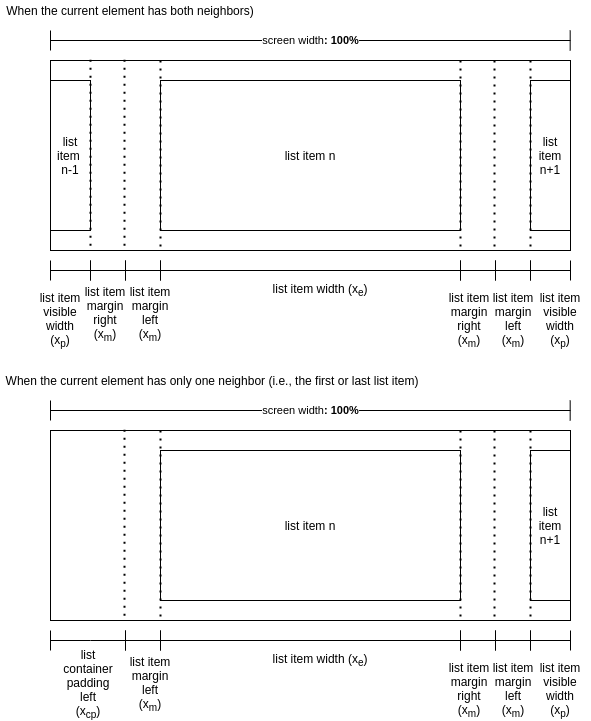
stsiwo/stsDev-article-horizontal-scroll-list keeps this draw.io diagram as list-item-layout-2.png. Above is the earlier version. Source tidied: cells renumbered, new cells last; positions are measured from the earlier drawing's top-left corner, leaving out a move shared by most shapes.
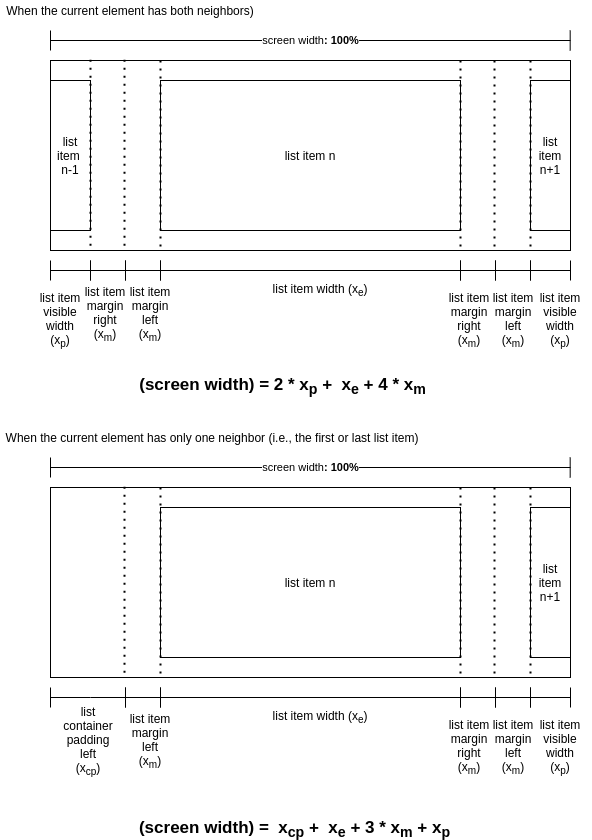
After the change.

Change to the diagram source:
```diff
@@ -242,48 +242,48 @@
       <mxGeometry x="530" y="310" width="60" height="20" as="geometry" />
     </mxCell>
     <mxCell id="52" value="When the current element has only one neighbor (i.e., the first or last list item)" style="text;html=1;strokeColor=none;fillColor=none;align=center;verticalAlign=middle;whiteSpace=wrap;rounded=0;" parent="1" vertex="1">
-      <mxGeometry y="370" width="424" height="20" as="geometry" />
+      <mxGeometry y="427" width="424" height="20" as="geometry" />
     </mxCell>
     <mxCell id="53" style="rounded=0;whiteSpace=wrap;html=1;fillColor=none;" parent="1" vertex="1">
-      <mxGeometry x="50" y="430" width="520" height="190" as="geometry" />
+      <mxGeometry x="50" y="487" width="520" height="190" as="geometry" />
     </mxCell>
     <mxCell id="54" value="list item n" style="rounded=0;whiteSpace=wrap;html=1;" parent="1" vertex="1">
-      <mxGeometry x="160" y="450" width="300" height="150" as="geometry" />
+      <mxGeometry x="160" y="507" width="300" height="150" as="geometry" />
     </mxCell>
     <mxCell id="55" value="list item&lt;br&gt;n+1" style="rounded=0;whiteSpace=wrap;html=1;" parent="1" vertex="1">
-      <mxGeometry x="530" y="450" width="40" height="150" as="geometry" />
+      <mxGeometry x="530" y="507" width="40" height="150" as="geometry" />
     </mxCell>
     <mxCell id="56" style="endArrow=none;dashed=1;html=1;dashPattern=1 3;strokeWidth=2;entryX=0.854;entryY=1.004;entryDx=0;entryDy=0;entryPerimeter=0;" parent="1" edge="1" target="53">
       <mxGeometry relative="1" as="geometry">
-        <mxPoint x="494" y="430" as="sourcePoint" />
+        <mxPoint x="494" y="487" as="sourcePoint" />
       </mxGeometry>
     </mxCell>
     <mxCell id="57" style="endArrow=none;dashed=1;html=1;dashPattern=1 3;strokeWidth=2;entryX=0.854;entryY=1.004;entryDx=0;entryDy=0;entryPerimeter=0;" parent="1" edge="1">
       <mxGeometry relative="1" as="geometry">
-        <mxPoint x="124" y="429.2" as="sourcePoint" />
-        <mxPoint x="124.1" y="620" as="targetPoint" />
+        <mxPoint x="124" y="486.2" as="sourcePoint" />
+        <mxPoint x="124.1" y="677" as="targetPoint" />
       </mxGeometry>
     </mxCell>
     <mxCell id="58" style="endArrow=none;dashed=1;html=1;dashPattern=1 3;strokeWidth=2;entryX=0.854;entryY=1.004;entryDx=0;entryDy=0;entryPerimeter=0;" parent="1" edge="1">
       <mxGeometry relative="1" as="geometry">
-        <mxPoint x="160" y="430" as="sourcePoint" />
-        <mxPoint x="160.1" y="620.8" as="targetPoint" />
+        <mxPoint x="160" y="487" as="sourcePoint" />
+        <mxPoint x="160.1" y="677.8" as="targetPoint" />
       </mxGeometry>
     </mxCell>
     <mxCell id="59" style="endArrow=none;dashed=1;html=1;dashPattern=1 3;strokeWidth=2;entryX=0.854;entryY=1.004;entryDx=0;entryDy=0;entryPerimeter=0;" parent="1" edge="1">
       <mxGeometry relative="1" as="geometry">
-        <mxPoint x="460" y="430" as="sourcePoint" />
-        <mxPoint x="460.1" y="620.8" as="targetPoint" />
+        <mxPoint x="460" y="487" as="sourcePoint" />
+        <mxPoint x="460.1" y="677.8" as="targetPoint" />
       </mxGeometry>
     </mxCell>
     <mxCell id="60" style="endArrow=none;dashed=1;html=1;dashPattern=1 3;strokeWidth=2;entryX=0.854;entryY=1.004;entryDx=0;entryDy=0;entryPerimeter=0;" parent="1" edge="1">
       <mxGeometry relative="1" as="geometry">
-        <mxPoint x="530" y="430" as="sourcePoint" />
-        <mxPoint x="530.1" y="620.8" as="targetPoint" />
+        <mxPoint x="530" y="487" as="sourcePoint" />
+        <mxPoint x="530.1" y="677.8" as="targetPoint" />
       </mxGeometry>
     </mxCell>
     <mxCell id="61" style="group;" parent="1" vertex="1">
-      <mxGeometry x="160" y="630" width="300" height="20" as="geometry" />
+      <mxGeometry x="160" y="687" width="300" height="20" as="geometry" />
     </mxCell>
     <mxCell id="62" style="endArrow=none;html=1;" parent="61" edge="1">
       <mxGeometry relative="1" as="geometry">
@@ -304,7 +304,7 @@
       </mxGeometry>
     </mxCell>
     <mxCell id="65" style="group;" parent="1" vertex="1">
-      <mxGeometry x="125" y="630" width="35" height="20" as="geometry" />
+      <mxGeometry x="125" y="687" width="35" height="20" as="geometry" />
     </mxCell>
     <mxCell id="66" style="endArrow=none;html=1;" parent="65" edge="1">
       <mxGeometry relative="1" as="geometry">
@@ -325,7 +325,7 @@
       </mxGeometry>
     </mxCell>
     <mxCell id="69" style="group;" parent="1" vertex="1">
-      <mxGeometry x="460" y="630" width="35" height="20" as="geometry" />
+      <mxGeometry x="460" y="687" width="35" height="20" as="geometry" />
     </mxCell>
     <mxCell id="70" style="endArrow=none;html=1;" parent="69" edge="1">
       <mxGeometry relative="1" as="geometry">
@@ -346,7 +346,7 @@
       </mxGeometry>
     </mxCell>
     <mxCell id="73" style="group;" parent="1" vertex="1">
-      <mxGeometry x="495" y="630" width="35" height="20" as="geometry" />
+      <mxGeometry x="495" y="687" width="35" height="20" as="geometry" />
     </mxCell>
     <mxCell id="74" style="endArrow=none;html=1;" parent="73" edge="1">
       <mxGeometry relative="1" as="geometry">
@@ -367,7 +367,7 @@
       </mxGeometry>
     </mxCell>
     <mxCell id="77" style="group;" parent="1" vertex="1">
-      <mxGeometry x="530" y="630" width="40" height="20" as="geometry" />
+      <mxGeometry x="530" y="687" width="40" height="20" as="geometry" />
     </mxCell>
     <mxCell id="78" style="endArrow=none;html=1;" parent="77" edge="1">
       <mxGeometry relative="1" as="geometry">
@@ -388,7 +388,7 @@
       </mxGeometry>
     </mxCell>
     <mxCell id="81" style="group;" parent="1" vertex="1">
-      <mxGeometry x="50" y="400" width="520" height="20" as="geometry" />
+      <mxGeometry x="50" y="457" width="520" height="20" as="geometry" />
     </mxCell>
     <mxCell id="82" style="endArrow=none;html=1;" parent="81" edge="1">
       <mxGeometry relative="1" as="geometry">
@@ -409,46 +409,52 @@
       </mxGeometry>
     </mxCell>
     <mxCell id="85" value="list item width (x&lt;sub&gt;e&lt;/sub&gt;)" style="text;html=1;strokeColor=none;fillColor=none;align=center;verticalAlign=middle;whiteSpace=wrap;rounded=0;" parent="1" vertex="1">
-      <mxGeometry x="230" y="650" width="180" height="20" as="geometry" />
+      <mxGeometry x="230" y="707" width="180" height="20" as="geometry" />
     </mxCell>
     <mxCell id="86" value="list container&lt;br&gt;padding&lt;br&gt;left&lt;br&gt;(x&lt;sub&gt;cp&lt;/sub&gt;)" style="text;html=1;strokeColor=none;fillColor=none;align=center;verticalAlign=middle;whiteSpace=wrap;rounded=0;" parent="1" vertex="1">
-      <mxGeometry x="58" y="674" width="60" height="20" as="geometry" />
+      <mxGeometry x="58" y="731" width="60" height="20" as="geometry" />
     </mxCell>
     <mxCell id="87" value="list item margin&lt;br&gt;left&lt;br&gt;(x&lt;sub&gt;m&lt;/sub&gt;)" style="text;html=1;strokeColor=none;fillColor=none;align=center;verticalAlign=middle;whiteSpace=wrap;rounded=0;" parent="1" vertex="1">
-      <mxGeometry x="120" y="674" width="60" height="20" as="geometry" />
+      <mxGeometry x="120" y="731" width="60" height="20" as="geometry" />
     </mxCell>
     <mxCell id="88" value="list item margin&lt;br&gt;right&lt;br&gt;(x&lt;sub&gt;m&lt;/sub&gt;)" style="text;html=1;strokeColor=none;fillColor=none;align=center;verticalAlign=middle;whiteSpace=wrap;rounded=0;" parent="1" vertex="1">
-      <mxGeometry x="439" y="680" width="60" height="20" as="geometry" />
+      <mxGeometry x="439" y="737" width="60" height="20" as="geometry" />
     </mxCell>
     <mxCell id="89" value="list item margin&lt;br&gt;left&lt;br&gt;(x&lt;sub&gt;m&lt;/sub&gt;)" style="text;html=1;strokeColor=none;fillColor=none;align=center;verticalAlign=middle;whiteSpace=wrap;rounded=0;" parent="1" vertex="1">
-      <mxGeometry x="482.5" y="680" width="60" height="20" as="geometry" />
+      <mxGeometry x="482.5" y="737" width="60" height="20" as="geometry" />
     </mxCell>
     <mxCell id="90" value="list item visible width&lt;br&gt;(x&lt;sub&gt;p&lt;/sub&gt;)" style="text;html=1;strokeColor=none;fillColor=none;align=center;verticalAlign=middle;whiteSpace=wrap;rounded=0;" parent="1" vertex="1">
-      <mxGeometry x="530" y="680" width="60" height="20" as="geometry" />
+      <mxGeometry x="530" y="737" width="60" height="20" as="geometry" />
     </mxCell>
     <mxCell id="91" style="endArrow=none;html=1;" parent="1" edge="1">
-      <mxGeometry x="50" y="640" as="geometry">
-        <mxPoint x="50" y="650" as="sourcePoint" />
-        <mxPoint x="50" y="630" as="targetPoint" />
+      <mxGeometry x="50" y="697" as="geometry">
+        <mxPoint x="50" y="707" as="sourcePoint" />
+        <mxPoint x="50" y="687" as="targetPoint" />
       </mxGeometry>
     </mxCell>
     <mxCell id="92" style="endArrow=none;html=1;" parent="1" edge="1">
-      <mxGeometry x="50" y="640" as="geometry">
-        <mxPoint x="50" y="640" as="sourcePoint" />
-        <mxPoint x="90" y="640" as="targetPoint" />
+      <mxGeometry x="50" y="697" as="geometry">
+        <mxPoint x="50" y="697" as="sourcePoint" />
+        <mxPoint x="90" y="697" as="targetPoint" />
       </mxGeometry>
     </mxCell>
     <mxCell id="93" style="endArrow=none;html=1;" parent="1" edge="1">
-      <mxGeometry x="90" y="640" as="geometry">
-        <mxPoint x="125" y="650" as="sourcePoint" />
-        <mxPoint x="125" y="630" as="targetPoint" />
+      <mxGeometry x="90" y="697" as="geometry">
+        <mxPoint x="125" y="707" as="sourcePoint" />
+        <mxPoint x="125" y="687" as="targetPoint" />
       </mxGeometry>
     </mxCell>
     <mxCell id="94" style="endArrow=none;html=1;" parent="1" edge="1">
-      <mxGeometry x="90" y="640" as="geometry">
-        <mxPoint x="90" y="640" as="sourcePoint" />
-        <mxPoint x="125" y="640" as="targetPoint" />
+      <mxGeometry x="90" y="697" as="geometry">
+        <mxPoint x="90" y="697" as="sourcePoint" />
+        <mxPoint x="125" y="697" as="targetPoint" />
       </mxGeometry>
     </mxCell>
+    <mxCell id="95" value="&lt;font style=&quot;font-size: 17px&quot;&gt;&lt;b&gt;(screen width) = 2 * x&lt;sub&gt;p&lt;/sub&gt;&amp;nbsp;+&amp;nbsp;&amp;nbsp;&lt;/b&gt;&lt;b&gt;x&lt;sub&gt;e&lt;/sub&gt;&lt;/b&gt;&lt;b&gt;&amp;nbsp;+ 4 *&amp;nbsp;&lt;/b&gt;&lt;b&gt;x&lt;sub&gt;m&lt;/sub&gt;&lt;/b&gt;&lt;/font&gt;" style="text;html=1;strokeColor=none;fillColor=none;align=center;verticalAlign=middle;whiteSpace=wrap;rounded=0;" parent="1" vertex="1">
+      <mxGeometry x="81.5" y="375" width="401" height="20" as="geometry" />
+    </mxCell>
+    <mxCell id="96" value="&lt;font style=&quot;font-size: 17px&quot;&gt;&lt;b&gt;(screen width) =&amp;nbsp; x&lt;sub&gt;cp&lt;/sub&gt;&amp;nbsp;+&amp;nbsp;&amp;nbsp;&lt;/b&gt;&lt;b&gt;x&lt;sub&gt;e&lt;/sub&gt;&lt;/b&gt;&lt;b&gt;&amp;nbsp;+ 3 *&amp;nbsp;&lt;/b&gt;&lt;b&gt;x&lt;sub&gt;m&lt;/sub&gt;&amp;nbsp;+&amp;nbsp;&lt;/b&gt;&lt;/font&gt;&lt;b style=&quot;font-size: 17px&quot;&gt;x&lt;sub&gt;p&lt;/sub&gt;&lt;/b&gt;" style="text;html=1;strokeColor=none;fillColor=none;align=center;verticalAlign=middle;whiteSpace=wrap;rounded=0;" parent="1" vertex="1">
+      <mxGeometry x="94" y="818" width="401" height="20" as="geometry" />
+    </mxCell>
   </root>
 </mxGraphModel>
```
